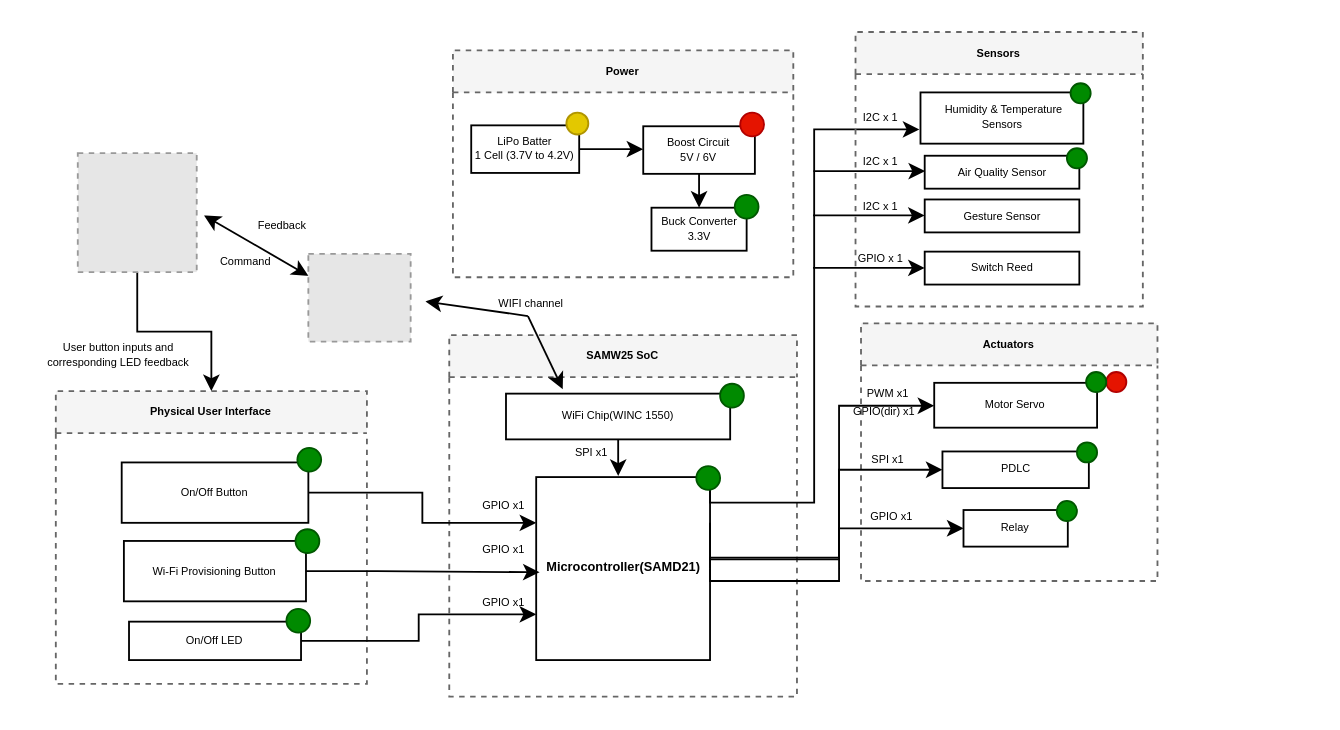
Above: System_BlockDiagram.drawio in ese5160/a14g-final-submission-s25-t18-dualcore (draw.io), before the change. Source tidied: cells renumbered, new cells numbered last; positions are measured from the earlier drawing's top-left corner, leaving out a move shared by most shapes. Both pictures are drawn from the tidied source at 183%, with x=0, y=0 at pixel (31, 31). Pictures stored in the file or linked from it are replaced by grey dashed boxes.
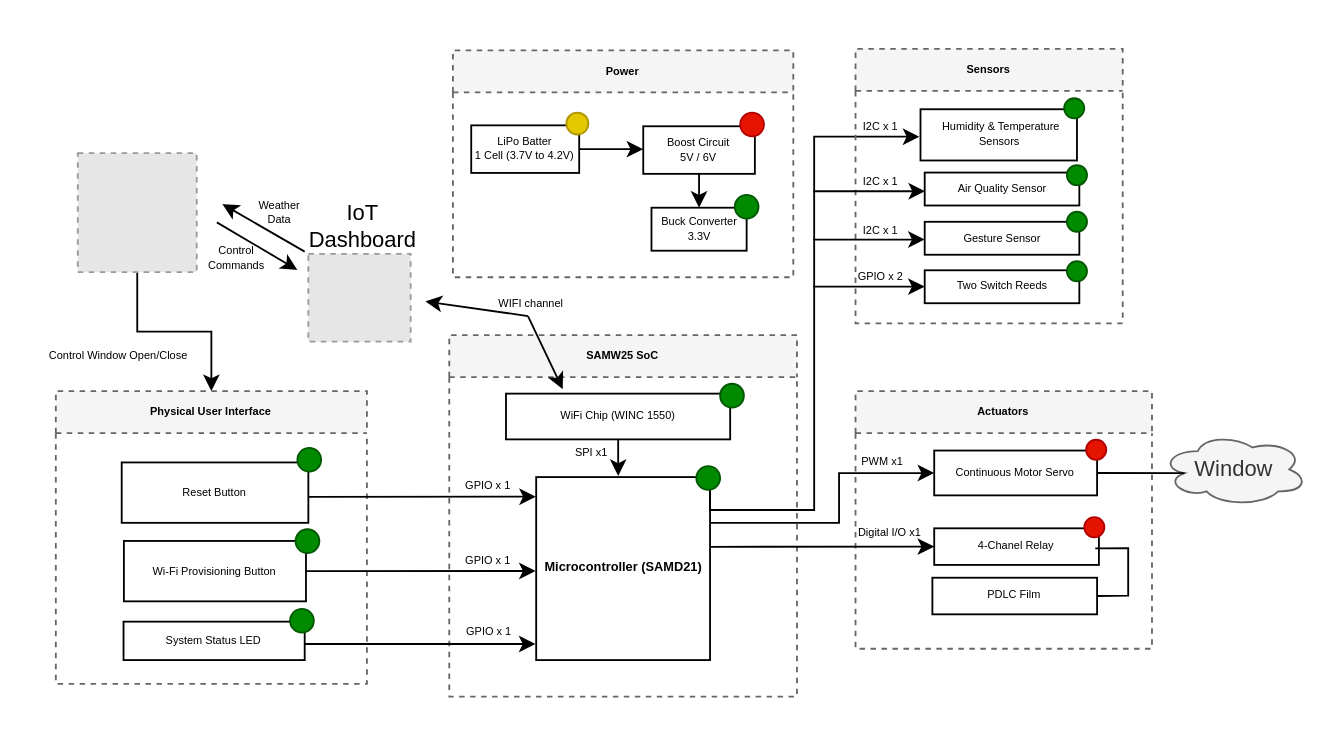
Above is the later version.

The change refers to these unchanged cells:
```xml
<mxCell id="2" value="SAMW25 SoC" style="swimlane;whiteSpace=wrap;html=1;dashed=1;fillColor=#f5f5f5;strokeColor=#666666;fontSize=6;" parent="1" vertex="1">
  <mxGeometry x="228" y="165.6" width="190" height="197.6" as="geometry" />
</mxCell>
<mxCell id="37" value="Physical User Interface" style="swimlane;whiteSpace=wrap;html=1;fillColor=#f5f5f5;strokeColor=#666666;dashed=1;fontSize=6;" parent="1" vertex="1">
  <mxGeometry x="13" y="196.2" width="170" height="160" as="geometry" />
</mxCell>
<mxCell id="39" value="Wi-Fi Provisioning Button" style="rounded=0;whiteSpace=wrap;html=1;fontSize=6;" parent="37" vertex="1">
  <mxGeometry x="37.2" y="81.9" width="99.5" height="33" as="geometry" />
</mxCell>
<mxCell id="62" style="fillColor=#E6E6E6;strokeColor=#999999;dashed=1;verticalLabelPosition=bottom;labelBackgroundColor=default;verticalAlign=top;" parent="1" vertex="1">
  <mxGeometry x="151" y="121.2" width="55.9" height="48" as="geometry" />
</mxCell>
```

Change to the diagram source:
```diff
@@
-    <mxCell id="3" value="WiFi Chip(WINC 1550)" style="rounded=0;whiteSpace=wrap;html=1;fontSize=6;" parent="2" vertex="1">
+    <mxCell id="3" value="WiFi Chip (WINC 1550)" style="rounded=0;whiteSpace=wrap;html=1;fontSize=6;" parent="2" vertex="1">
       <mxGeometry x="31" y="32" width="122.5" height="25" as="geometry" />
     </mxCell>
-    <mxCell id="4" value="&lt;font style=&quot;font-size: 7px;&quot;&gt;&lt;b&gt;Microcontroller(SAMD21)&lt;/b&gt;&lt;/font&gt;" style="whiteSpace=wrap;html=1;fontSize=6;" parent="2" vertex="1">
+    <mxCell id="4" value="&lt;font style=&quot;font-size: 7px;&quot;&gt;&lt;b&gt;Microcontroller (SAMD21)&lt;/b&gt;&lt;/font&gt;" style="whiteSpace=wrap;html=1;fontSize=6;" parent="2" vertex="1">
       <mxGeometry x="47.5" y="77.6" width="95" height="100" as="geometry" />
     </mxCell>
@@
-    <mxCell id="7" value="GPIO x1" style="text;html=1;align=center;verticalAlign=middle;whiteSpace=wrap;rounded=0;fontSize=6;" parent="2" vertex="1">
-      <mxGeometry x="-0.5" y="131" width="60" height="30" as="geometry" />
+    <mxCell id="7" value="GPIO x 1" style="text;html=1;align=center;verticalAlign=middle;whiteSpace=wrap;rounded=0;fontSize=6;" parent="2" vertex="1">
+      <mxGeometry x="-8.5" y="157.4" width="60" height="9" as="geometry" />
     </mxCell>
-    <mxCell id="8" value="GPIO x1" style="text;html=1;align=center;verticalAlign=middle;whiteSpace=wrap;rounded=0;fontSize=6;" parent="2" vertex="1">
-      <mxGeometry x="-0.5" y="78.6" width="60" height="30" as="geometry" />
+    <mxCell id="8" value="GPIO x 1" style="text;html=1;align=center;verticalAlign=middle;whiteSpace=wrap;rounded=0;fontSize=6;" parent="2" vertex="1">
+      <mxGeometry x="7" y="77.6" width="29" height="9.4" as="geometry" />
     </mxCell>
-    <mxCell id="9" value="GPIO x1" style="text;html=1;align=center;verticalAlign=middle;whiteSpace=wrap;rounded=0;fontSize=6;" parent="2" vertex="1">
-      <mxGeometry x="-0.5" y="102.6" width="60" height="30" as="geometry" />
-    </mxCell>
     <mxCell id="10" style="edgeStyle=orthogonalEdgeStyle;rounded=0;orthogonalLoop=1;jettySize=auto;html=1;exitX=1.006;exitY=0.14;exitDx=0;exitDy=0;entryX=0;entryY=0.5;entryDx=0;entryDy=0;exitPerimeter=0;fontSize=6;" parent="2" edge="1">
       <mxGeometry relative="1" as="geometry">
-        <mxPoint x="142.5" y="80.6" as="sourcePoint" />
-        <mxPoint x="256.9" y="-112.4" as="targetPoint" />
+        <mxPoint x="142.5" y="84.6" as="sourcePoint" />
+        <mxPoint x="256.9" y="-108.4" as="targetPoint" />
         <Array as="points">
-          <mxPoint x="142.4" y="91.6" />
-          <mxPoint x="199.4" y="91.6" />
-          <mxPoint x="199.4" y="-112.4" />
+          <mxPoint x="142.4" y="95.6" />
+          <mxPoint x="199.4" y="95.6" />
+          <mxPoint x="199.4" y="-108.4" />
         </Array>
       </mxGeometry>
     </mxCell>
@@
+    <mxCell id="75" value="GPIO x 1" style="text;html=1;align=center;verticalAlign=middle;whiteSpace=wrap;rounded=0;fontSize=6;" parent="2" vertex="1">
+      <mxGeometry x="7" y="118.4" width="29" height="9.4" as="geometry" />
+    </mxCell>
     <mxCell id="13" value="Sensors" style="swimlane;whiteSpace=wrap;html=1;dashed=1;fillColor=#f5f5f5;strokeColor=#666666;fontSize=6;" parent="1" vertex="1">
-      <mxGeometry x="450" width="157" height="150" as="geometry" />
+      <mxGeometry x="450" y="9.2" width="146" height="150" as="geometry" />
     </mxCell>
     <mxCell id="14" value="&amp;nbsp;Humidity &amp;amp; Temperature Sensors" style="whiteSpace=wrap;html=1;fontSize=6;" parent="13" vertex="1">
-      <mxGeometry x="35.5" y="33" width="89" height="28" as="geometry" />
+      <mxGeometry x="35.5" y="33" width="85.5" height="28" as="geometry" />
     </mxCell>
@@
     <mxCell id="16" style="ellipse;whiteSpace=wrap;html=1;fillColor=#008a00;strokeColor=#005700;fontSize=6;" parent="13" vertex="1">
-      <mxGeometry x="117.5" y="28" width="11" height="11" as="geometry" />
+      <mxGeometry x="114" y="27" width="11" height="11" as="geometry" />
     </mxCell>
@@
-    <mxCell id="18" style="edgeStyle=orthogonalEdgeStyle;rounded=0;orthogonalLoop=1;jettySize=auto;html=1;exitX=0.5;exitY=1;exitDx=0;exitDy=0;fontSize=6;" parent="13" edge="1" source="14" target="14">
-      <mxGeometry relative="1" as="geometry" />
-    </mxCell>
-    <mxCell id="19" style="edgeStyle=orthogonalEdgeStyle;rounded=0;orthogonalLoop=1;jettySize=auto;html=1;exitX=0.5;exitY=1;exitDx=0;exitDy=0;fontSize=6;" parent="13" edge="1" source="14" target="14">
-      <mxGeometry relative="1" as="geometry" />
-    </mxCell>
     <mxCell id="20" value="I2C x 1" style="text;html=1;align=center;verticalAlign=middle;whiteSpace=wrap;rounded=0;fontSize=6;" parent="13" vertex="1">
-      <mxGeometry x="-16" y="36" width="60" height="22" as="geometry" />
+      <mxGeometry x="-16" y="32" width="60" height="22" as="geometry" />
     </mxCell>
     <mxCell id="21" value="I2C x 1" style="text;html=1;align=center;verticalAlign=middle;whiteSpace=wrap;rounded=0;fontSize=6;" parent="13" vertex="1">
-      <mxGeometry x="-16" y="63.5" width="60" height="14.5" as="geometry" />
+      <mxGeometry x="-16" y="65.5" width="60" height="14.5" as="geometry" />
     </mxCell>
     <mxCell id="22" value="Gesture Sensor" style="rounded=0;whiteSpace=wrap;html=1;align=center;fontSize=6;" parent="13" vertex="1">
-      <mxGeometry x="37.8" y="91.5" width="84.5" height="18" as="geometry" />
+      <mxGeometry x="37.8" y="94.5" width="84.5" height="18" as="geometry" />
     </mxCell>
     <mxCell id="23" style="endArrow=classic;html=1;rounded=0;" parent="13" edge="1">
       <mxGeometry relative="1" as="geometry">
-        <mxPoint x="-23.2" y="100.2" as="sourcePoint" />
-        <mxPoint x="37.8" y="100.2" as="targetPoint" />
+        <mxPoint x="-23.2" y="104.2" as="sourcePoint" />
+        <mxPoint x="37.8" y="104.2" as="targetPoint" />
       </mxGeometry>
     </mxCell>
-    <mxCell id="24" value="Switch Reed" style="rounded=0;whiteSpace=wrap;html=1;align=center;fontSize=6;" parent="13" vertex="1">
-      <mxGeometry x="37.8" y="120" width="84.5" height="18" as="geometry" />
+    <mxCell id="24" value="Two Switch Reeds" style="rounded=0;whiteSpace=wrap;html=1;align=center;fontSize=6;" parent="13" vertex="1">
+      <mxGeometry x="37.8" y="121" width="84.5" height="18" as="geometry" />
     </mxCell>
     <mxCell id="25" value="I2C x 1" style="text;html=1;align=center;verticalAlign=middle;whiteSpace=wrap;rounded=0;fontSize=6;" parent="13" vertex="1">
-      <mxGeometry x="-16" y="88.6" width="60" height="14.5" as="geometry" />
+      <mxGeometry x="-16" y="94.6" width="60" height="9.4" as="geometry" />
     </mxCell>
-    <mxCell id="26" value="GPIO x 1" style="text;html=1;align=center;verticalAlign=middle;whiteSpace=wrap;rounded=0;fontSize=6;" parent="13" vertex="1">
-      <mxGeometry x="-16" y="119" width="60" height="10.5" as="geometry" />
+    <mxCell id="26" value="GPIO x 2" style="text;html=1;align=center;verticalAlign=middle;whiteSpace=wrap;rounded=0;fontSize=6;" parent="13" vertex="1">
+      <mxGeometry x="-16" y="120" width="60" height="10.5" as="geometry" />
     </mxCell>
     <mxCell id="27" style="endArrow=classic;html=1;rounded=0;" parent="13" edge="1">
       <mxGeometry relative="1" as="geometry">
-        <mxPoint x="-23.2" y="128.9" as="sourcePoint" />
-        <mxPoint x="37.8" y="128.9" as="targetPoint" />
+        <mxPoint x="-23.2" y="129.9" as="sourcePoint" />
+        <mxPoint x="37.8" y="129.9" as="targetPoint" />
       </mxGeometry>
     </mxCell>
+    <mxCell id="76" style="ellipse;whiteSpace=wrap;html=1;fillColor=#008a00;strokeColor=#005700;fontSize=6;" parent="13" vertex="1">
+      <mxGeometry x="115.5" y="89" width="11" height="11" as="geometry" />
+    </mxCell>
+    <mxCell id="77" style="ellipse;whiteSpace=wrap;html=1;fillColor=#008a00;strokeColor=#005700;fontSize=6;" parent="13" vertex="1">
+      <mxGeometry x="115.5" y="116" width="11" height="11" as="geometry" />
+    </mxCell>
@@
-    <mxCell id="38" value="On/Off Button" style="rounded=0;whiteSpace=wrap;html=1;fontSize=6;" parent="37" vertex="1">
+    <mxCell id="38" value="Reset Button" style="rounded=0;whiteSpace=wrap;html=1;fontSize=6;" parent="37" vertex="1">
       <mxGeometry x="36" y="39" width="102" height="33" as="geometry" />
     </mxCell>
@@
-    <mxCell id="40" value="On/Off LED" style="rounded=0;whiteSpace=wrap;html=1;fontSize=6;" parent="37" vertex="1">
-      <mxGeometry x="40" y="126" width="94" height="21" as="geometry" />
+    <mxCell id="40" value="System Status LED" style="rounded=0;whiteSpace=wrap;html=1;fontSize=6;" parent="37" vertex="1">
+      <mxGeometry x="37" y="126" width="99" height="21" as="geometry" />
     </mxCell>
@@
     <mxCell id="43" style="ellipse;whiteSpace=wrap;html=1;fillColor=#008a00;strokeColor=#005700;fontSize=6;" parent="37" vertex="1">
-      <mxGeometry x="126" y="119" width="13" height="13" as="geometry" />
+      <mxGeometry x="128" y="119" width="13" height="13" as="geometry" />
     </mxCell>
-    <mxCell id="44" style="edgeStyle=orthogonalEdgeStyle;rounded=0;jettySize=auto;html=1;exitX=1;exitY=0.5;exitDx=0;exitDy=0;entryX=0;entryY=0.25;entryDx=0;entryDy=0;fontSize=6;" parent="1" edge="1" source="38" target="4">
-      <mxGeometry relative="1" as="geometry" />
-    </mxCell>
-    <mxCell id="45" value="Actuators" style="swimlane;whiteSpace=wrap;html=1;dashed=1;fillColor=#f5f5f5;strokeColor=#666666;fontSize=6;" parent="1" vertex="1">
-      <mxGeometry x="453" y="159.2" width="162" height="140.8" as="geometry" />
+    <mxCell id="45" value="Actuators" style="swimlane;whiteSpace=wrap;html=1;dashed=1;fillColor=#f5f5f5;strokeColor=#666666;fontSize=6;startSize=23;" parent="1" vertex="1">
+      <mxGeometry x="450" y="196.2" width="162" height="140.8" as="geometry" />
     </mxCell>
-    <mxCell id="46" value="Motor Servo" style="whiteSpace=wrap;html=1;fontSize=6;" parent="45" vertex="1">
-      <mxGeometry x="40" y="32.5" width="89" height="24.5" as="geometry" />
+    <mxCell id="46" value="Continuous Motor Servo" style="whiteSpace=wrap;html=1;fontSize=6;" parent="45" vertex="1">
+      <mxGeometry x="43" y="32.5" width="89" height="24.5" as="geometry" />
     </mxCell>
     <mxCell id="47" style="ellipse;whiteSpace=wrap;html=1;fillColor=#e51400;strokeColor=#B20000;fontSize=6;" parent="45" vertex="1">
-      <mxGeometry x="134" y="26.6" width="11" height="11" as="geometry" />
+      <mxGeometry x="126" y="26.6" width="11" height="11" as="geometry" />
     </mxCell>
@@
-    <mxCell id="50" value="PDLC" style="rounded=0;whiteSpace=wrap;html=1;fontSize=6;" parent="45" vertex="1">
-      <mxGeometry x="44.5" y="70" width="80" height="20" as="geometry" />
+    <mxCell id="50" value="4-Chanel Relay" style="rounded=0;whiteSpace=wrap;html=1;fontSize=6;" parent="45" vertex="1">
+      <mxGeometry x="43" y="75" width="90" height="20" as="geometry" />
     </mxCell>
-    <mxCell id="51" style="ellipse;whiteSpace=wrap;html=1;fillColor=#008a00;strokeColor=#005700;fontSize=6;" parent="45" vertex="1">
-      <mxGeometry x="118" y="65" width="11" height="11" as="geometry" />
-    </mxCell>
-    <mxCell id="52" style="ellipse;whiteSpace=wrap;html=1;fillColor=#008a00;strokeColor=#005700;fontSize=6;" parent="45" vertex="1">
-      <mxGeometry x="123" y="26.6" width="11" height="11" as="geometry" />
-    </mxCell>
-    <mxCell id="53" value="SPI x1" style="text;html=1;align=center;verticalAlign=middle;whiteSpace=wrap;rounded=0;fontSize=6;" parent="45" vertex="1">
-      <mxGeometry x="-15.5" y="60" width="60" height="30" as="geometry" />
+    <mxCell id="53" value="Digital I/O x1" style="text;html=1;align=center;verticalAlign=middle;whiteSpace=wrap;rounded=0;fontSize=6;" parent="45" vertex="1">
+      <mxGeometry x="-5" y="71" width="48" height="13" as="geometry" />
     </mxCell>
-    <mxCell id="54" value="Relay" style="rounded=0;whiteSpace=wrap;html=1;fontSize=6;" parent="45" vertex="1">
-      <mxGeometry x="56" y="102" width="57" height="20" as="geometry" />
+    <mxCell id="54" value="PDLC Film" style="rounded=0;whiteSpace=wrap;html=1;fontSize=6;" parent="45" vertex="1">
+      <mxGeometry x="42" y="102" width="90" height="20" as="geometry" />
     </mxCell>
@@
-    <mxCell id="56" value="GPIO(dir) x1" style="text;html=1;align=center;verticalAlign=middle;whiteSpace=wrap;rounded=0;fontSize=6;" parent="45" vertex="1">
-      <mxGeometry x="-17.5" y="42.8" width="60" height="12.2" as="geometry" />
-    </mxCell>
-    <mxCell id="57" style="ellipse;whiteSpace=wrap;html=1;fillColor=#008a00;strokeColor=#005700;fontSize=6;" parent="45" vertex="1">
-      <mxGeometry x="107" y="97" width="11" height="11" as="geometry" />
-    </mxCell>
-    <mxCell id="58" value="GPIO x1" style="text;html=1;align=center;verticalAlign=middle;whiteSpace=wrap;rounded=0;fontSize=6;" parent="45" vertex="1">
-      <mxGeometry x="-13.5" y="90.5" width="60" height="30" as="geometry" />
-    </mxCell>
+    <mxCell id="78" style="endArrow=none;html=1;rounded=0;entryX=1;entryY=0.25;entryDx=0;entryDy=0;exitX=1;exitY=0.5;exitDx=0;exitDy=0;" parent="45" edge="1" source="54">
+      <mxGeometry relative="1" as="geometry">
+        <mxPoint x="131" y="86" as="targetPoint" />
+        <Array as="points">
+          <mxPoint x="149" y="111.8" />
+          <mxPoint x="149" y="85.8" />
+        </Array>
+      </mxGeometry>
+    </mxCell>
+    <mxCell id="79" style="ellipse;whiteSpace=wrap;html=1;fillColor=#e51400;strokeColor=#B20000;fontSize=6;" parent="45" vertex="1">
+      <mxGeometry x="125" y="68.9" width="11" height="11" as="geometry" />
+    </mxCell>
     <mxCell id="59" style="edgeStyle=orthogonalEdgeStyle;rounded=0;jettySize=auto;html=1;exitX=1;exitY=0.25;exitDx=0;exitDy=0;fontFamily=Helvetica;fontSize=12;fontColor=default;" parent="1" edge="1" source="4" target="46">
       <mxGeometry relative="1" as="geometry">
         <Array as="points">
-          <mxPoint x="371" y="288.2" />
-          <mxPoint x="441" y="288.2" />
-          <mxPoint x="441" y="204.2" />
+          <mxPoint x="441" y="268" />
+          <mxPoint x="441" y="241" />
         </Array>
       </mxGeometry>
     </mxCell>
-    <mxCell id="60" style="edgeStyle=orthogonalEdgeStyle;rounded=0;jettySize=auto;html=1;exitX=1;exitY=0.5;exitDx=0;exitDy=0;fontFamily=Helvetica;fontSize=12;fontColor=default;" parent="1" edge="1" source="4" target="50">
-      <mxGeometry relative="1" as="geometry">
-        <Array as="points">
-          <mxPoint x="371" y="287.2" />
-          <mxPoint x="441" y="287.2" />
-          <mxPoint x="441" y="239.2" />
-        </Array>
-      </mxGeometry>
-    </mxCell>
-    <mxCell id="61" style="edgeStyle=orthogonalEdgeStyle;rounded=0;jettySize=auto;html=1;exitX=1;exitY=0.5;exitDx=0;exitDy=0;entryX=0;entryY=0.5;entryDx=0;entryDy=0;fontFamily=Helvetica;fontSize=12;fontColor=default;" parent="1" edge="1" source="4" target="54">
-      <mxGeometry relative="1" as="geometry">
-        <Array as="points">
-          <mxPoint x="371" y="300" />
-          <mxPoint x="441" y="300" />
-          <mxPoint x="441" y="271" />
-        </Array>
-      </mxGeometry>
-    </mxCell>
@@
-    <mxCell id="65" style="edgeStyle=orthogonalEdgeStyle;rounded=0;jettySize=auto;html=1;exitX=1;exitY=0.5;exitDx=0;exitDy=0;entryX=0.831;entryY=0.9;entryDx=0;entryDy=0;entryPerimeter=0;fontFamily=Helvetica;fontSize=12;fontColor=default;" parent="1" edge="1" source="39" target="9">
-      <mxGeometry relative="1" as="geometry" />
-    </mxCell>
-    <mxCell id="66" style="edgeStyle=orthogonalEdgeStyle;rounded=0;jettySize=auto;html=1;exitX=1;exitY=0.5;exitDx=0;exitDy=0;entryX=0;entryY=0.75;entryDx=0;entryDy=0;fontFamily=Helvetica;fontSize=12;fontColor=default;" parent="1" edge="1" source="40" target="4">
-      <mxGeometry relative="1" as="geometry" />
-    </mxCell>
-    <mxCell id="67" value="User button inputs and corresponding LED feedback" style="text;html=1;align=center;verticalAlign=middle;whiteSpace=wrap;rounded=0;fontSize=6;" parent="1" vertex="1">
+    <mxCell id="67" value="Control Window Open/Close" style="text;html=1;align=center;verticalAlign=middle;whiteSpace=wrap;rounded=0;fontSize=6;" parent="1" vertex="1">
       <mxGeometry y="159.2" width="95" height="35" as="geometry" />
     </mxCell>
@@
-    <mxCell id="71" style="endArrow=classic;startArrow=classic;html=1;rounded=0;fontFamily=Helvetica;fontSize=12;fontColor=default;exitX=0;exitY=0.25;exitDx=0;exitDy=0;" parent="1" edge="1" source="62">
-      <mxGeometry relative="1" as="geometry">
-        <mxPoint x="94" y="100.2" as="targetPoint" />
-      </mxGeometry>
-    </mxCell>
-    <mxCell id="72" value="Feedback" style="text;html=1;align=center;verticalAlign=middle;whiteSpace=wrap;rounded=0;fontSize=6;" parent="1" vertex="1">
-      <mxGeometry x="107" y="91.2" width="60" height="30" as="geometry" />
+    <mxCell id="72" value="Weather Data" style="text;html=1;align=center;verticalAlign=middle;whiteSpace=wrap;rounded=0;fontSize=6;" parent="1" vertex="1">
+      <mxGeometry x="117" y="83.7" width="37" height="30" as="geometry" />
     </mxCell>
-    <mxCell id="73" value="Command" style="text;html=1;align=center;verticalAlign=middle;whiteSpace=wrap;rounded=0;fontSize=6;" parent="1" vertex="1">
-      <mxGeometry x="87" y="111.2" width="60" height="30" as="geometry" />
+    <mxCell id="73" value="Control Commands" style="text;html=1;align=center;verticalAlign=middle;whiteSpace=wrap;rounded=0;fontSize=6;" parent="1" vertex="1">
+      <mxGeometry x="90" y="113.8" width="44" height="20.2" as="geometry" />
     </mxCell>
     <mxCell id="74" style="endArrow=classic;html=1;rounded=0;" parent="1" edge="1">
       <mxGeometry relative="1" as="geometry">
-        <mxPoint x="427" y="76" as="sourcePoint" />
-        <mxPoint x="488" y="76" as="targetPoint" />
+        <mxPoint x="427" y="87" as="sourcePoint" />
+        <mxPoint x="488" y="87" as="targetPoint" />
       </mxGeometry>
     </mxCell>
+    <mxCell id="80" value="IoT Dashboard" style="text;html=1;align=center;verticalAlign=middle;whiteSpace=wrap;rounded=0;" parent="1" vertex="1">
+      <mxGeometry x="151" y="91.2" width="60" height="30" as="geometry" />
+    </mxCell>
+    <mxCell id="81" value="Window" style="ellipse;shape=cloud;whiteSpace=wrap;html=1;fillColor=#f5f5f5;fontColor=#333333;strokeColor=#666666;" parent="1" vertex="1">
+      <mxGeometry x="617" y="219" width="80" height="40" as="geometry" />
+    </mxCell>
+    <mxCell id="82" style="endArrow=none;html=1;rounded=0;exitX=1;exitY=0.5;exitDx=0;exitDy=0;entryX=0.16;entryY=0.55;entryDx=0;entryDy=0;entryPerimeter=0;" parent="1" edge="1" source="46" target="81">
+      <mxGeometry relative="1" as="geometry" />
+    </mxCell>
+    <mxCell id="60" style="endArrow=classic;html=1;rounded=0;exitX=1;exitY=0.381;exitDx=0;exitDy=0;exitPerimeter=0;entryX=0;entryY=0.5;entryDx=0;entryDy=0;" parent="1" edge="1" source="4" target="50">
+      <mxGeometry relative="1" as="geometry" />
+    </mxCell>
+    <mxCell id="44" style="endArrow=classic;html=1;rounded=0;exitX=1;exitY=0.571;exitDx=0;exitDy=0;exitPerimeter=0;entryX=-0.002;entryY=0.107;entryDx=0;entryDy=0;entryPerimeter=0;" parent="1" edge="1" source="38" target="4">
+      <mxGeometry relative="1" as="geometry" />
+    </mxCell>
+    <mxCell id="66" style="endArrow=classic;html=1;rounded=0;entryX=-0.004;entryY=0.912;entryDx=0;entryDy=0;entryPerimeter=0;exitX=0.997;exitY=0.581;exitDx=0;exitDy=0;exitPerimeter=0;" parent="1" edge="1" source="40" target="4">
+      <mxGeometry relative="1" as="geometry" />
+    </mxCell>
+    <mxCell id="83" style="endArrow=classic;html=1;rounded=0;exitX=1;exitY=0.5;exitDx=0;exitDy=0;entryX=-0.003;entryY=0.513;entryDx=0;entryDy=0;entryPerimeter=0;" parent="1" edge="1" source="39" target="4">
+      <mxGeometry relative="1" as="geometry" />
+    </mxCell>
+    <mxCell id="84" style="endArrow=classic;html=1;rounded=0;" parent="1" edge="1">
+      <mxGeometry relative="1" as="geometry">
+        <mxPoint x="149" y="120" as="sourcePoint" />
+        <mxPoint x="104" y="94" as="targetPoint" />
+      </mxGeometry>
+    </mxCell>
+    <mxCell id="85" style="endArrow=classic;html=1;rounded=0;" parent="1" edge="1">
+      <mxGeometry relative="1" as="geometry">
+        <mxPoint x="101" y="104" as="sourcePoint" />
+        <mxPoint x="145" y="130" as="targetPoint" />
+      </mxGeometry>
+    </mxCell>
```
